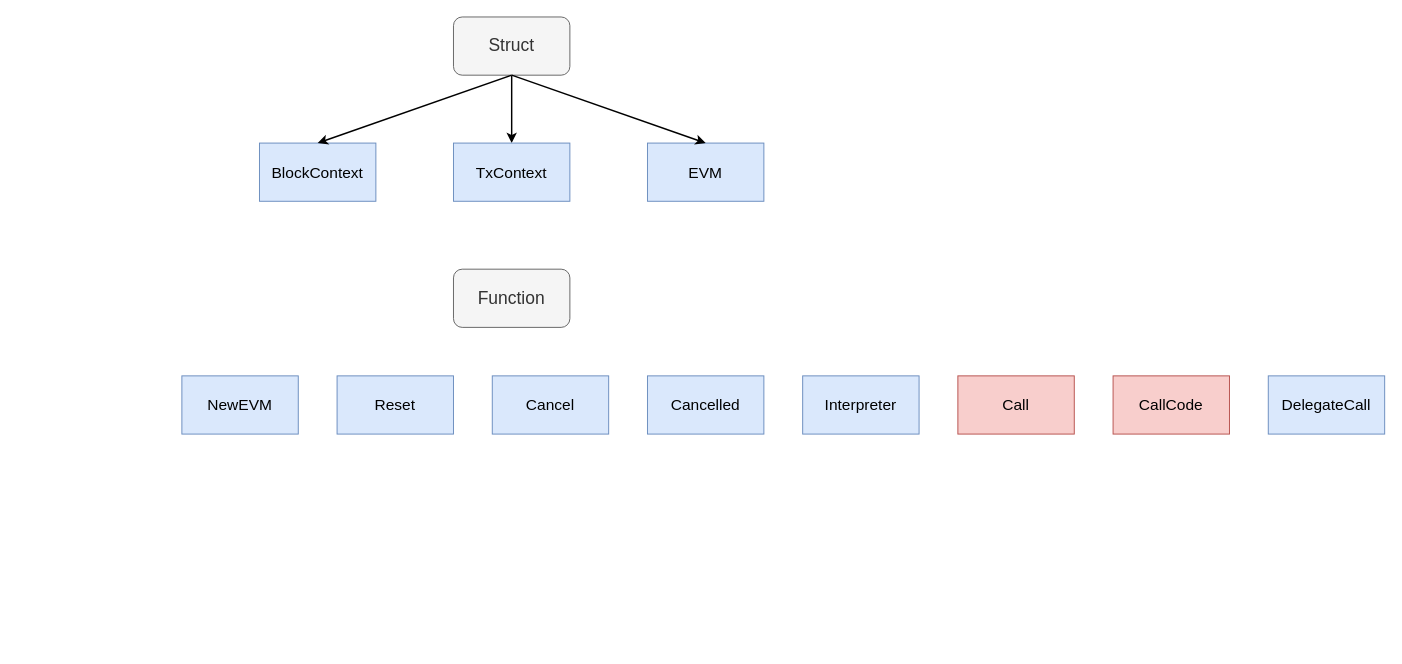
Above: evm/EVM.go archi.drawio in 0xyicheng/a-research-diagram (draw.io), before the change. Source tidied: cells renumbered, new cells numbered last; positions are measured from the earlier drawing's top-left corner, leaving out a move shared by most shapes. Both pictures are drawn from the tidied source at 97%, with x=0, y=0 at pixel (181, 16).
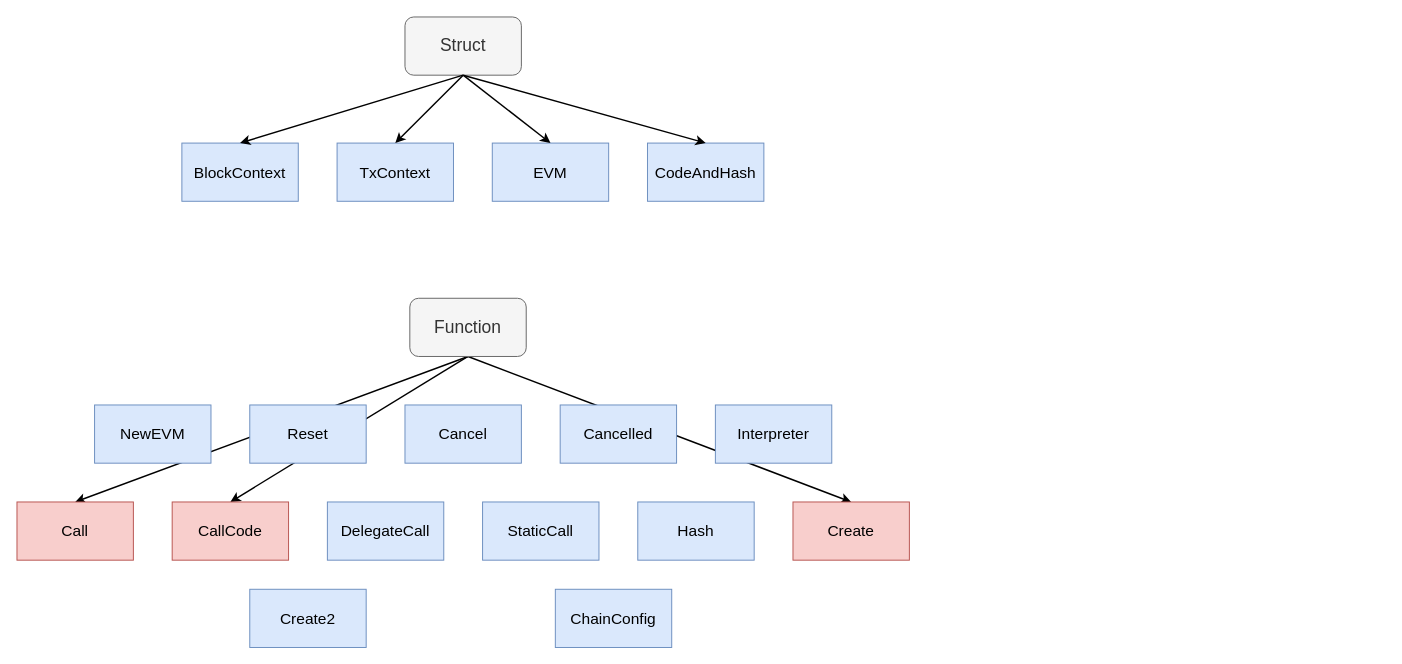
Above is the later version.

Diff of the diagram source:
```diff
@@
-    <mxCell id="2" style="edgeStyle=orthogonalEdgeStyle;rounded=0;jettySize=auto;html=1;fontSize=16;strokeWidth=1.5;" parent="1" edge="1" source="3" target="5">
-      <mxGeometry relative="1" as="geometry" />
-    </mxCell>
+    <mxCell id="18" style="endArrow=classic;html=1;rounded=0;fontSize=16;strokeWidth=1.5;exitX=0.5;exitY=1;exitDx=0;exitDy=0;entryX=0.5;entryY=0;entryDx=0;entryDy=0;" parent="1" edge="1" source="9" target="26">
+      <mxGeometry relative="1" as="geometry" />
+    </mxCell>
+    <mxCell id="19" style="endArrow=classic;html=1;rounded=0;fontSize=16;strokeWidth=1.5;exitX=0.5;exitY=1;exitDx=0;exitDy=0;entryX=0.5;entryY=0;entryDx=0;entryDy=0;" parent="1" edge="1" source="9" target="16">
+      <mxGeometry relative="1" as="geometry" />
+    </mxCell>
+    <mxCell id="20" style="endArrow=classic;html=1;rounded=0;fontSize=16;strokeWidth=1.5;exitX=0.5;exitY=1;exitDx=0;exitDy=0;entryX=0.5;entryY=0;entryDx=0;entryDy=0;" parent="1" edge="1" source="9" target="15">
+      <mxGeometry relative="1" as="geometry" />
+    </mxCell>
     <mxCell id="3" value="&lt;font style=&quot;font-size: 18px;&quot;&gt;Struct&lt;/font&gt;" style="rounded=1;whiteSpace=wrap;html=1;fillColor=#f5f5f5;fontColor=#333333;strokeColor=#666666;" parent="1" vertex="1">
-      <mxGeometry x="280" width="120" height="60" as="geometry" />
+      <mxGeometry x="230" width="120" height="60" as="geometry" />
     </mxCell>
     <mxCell id="4" value="&lt;font style=&quot;font-size: 16px;&quot;&gt;BlockContext&lt;/font&gt;" style="rounded=0;whiteSpace=wrap;html=1;fontSize=18;fillColor=#dae8fc;strokeColor=#6c8ebf;" parent="1" vertex="1">
-      <mxGeometry x="80" y="130" width="120" height="60" as="geometry" />
+      <mxGeometry y="130" width="120" height="60" as="geometry" />
     </mxCell>
     <mxCell id="5" value="&lt;font style=&quot;font-size: 16px;&quot;&gt;TxContext&lt;/font&gt;" style="rounded=0;whiteSpace=wrap;html=1;fontSize=18;fillColor=#dae8fc;strokeColor=#6c8ebf;" parent="1" vertex="1">
-      <mxGeometry x="280" y="130" width="120" height="60" as="geometry" />
+      <mxGeometry x="160" y="130" width="120" height="60" as="geometry" />
     </mxCell>
     <mxCell id="6" value="&lt;font style=&quot;font-size: 16px;&quot;&gt;EVM&lt;/font&gt;" style="rounded=0;whiteSpace=wrap;html=1;fontSize=18;fillColor=#dae8fc;strokeColor=#6c8ebf;" parent="1" vertex="1">
-      <mxGeometry x="480" y="130" width="120" height="60" as="geometry" />
+      <mxGeometry x="320" y="130" width="120" height="60" as="geometry" />
     </mxCell>
@@
-    <mxCell id="8" style="endArrow=classic;html=1;rounded=0;fontSize=16;strokeWidth=1.5;entryX=0.5;entryY=0;entryDx=0;entryDy=0;" parent="1" edge="1" target="6">
-      <mxGeometry relative="1" as="geometry">
-        <mxPoint x="340" y="60" as="sourcePoint" />
-      </mxGeometry>
+    <mxCell id="8" style="endArrow=classic;html=1;rounded=0;fontSize=16;strokeWidth=1.5;entryX=0.5;entryY=0;entryDx=0;entryDy=0;exitX=0.5;exitY=1;exitDx=0;exitDy=0;" parent="1" edge="1" source="3" target="6">
+      <mxGeometry relative="1" as="geometry" />
     </mxCell>
     <mxCell id="9" value="&lt;font style=&quot;font-size: 18px;&quot;&gt;Function&lt;/font&gt;" style="rounded=1;whiteSpace=wrap;html=1;fillColor=#f5f5f5;fontColor=#333333;strokeColor=#666666;" parent="1" vertex="1">
-      <mxGeometry x="280" y="260" width="120" height="60" as="geometry" />
+      <mxGeometry x="235" y="290" width="120" height="60" as="geometry" />
     </mxCell>
     <mxCell id="10" value="&lt;font style=&quot;font-size: 16px;&quot;&gt;NewEVM&lt;/font&gt;" style="rounded=0;whiteSpace=wrap;html=1;fontSize=18;fillColor=#dae8fc;strokeColor=#6c8ebf;" parent="1" vertex="1">
-      <mxGeometry y="370" width="120" height="60" as="geometry" />
+      <mxGeometry x="-90" y="400" width="120" height="60" as="geometry" />
     </mxCell>
     <mxCell id="11" value="&lt;span style=&quot;font-size: 16px;&quot;&gt;Reset&lt;/span&gt;" style="rounded=0;whiteSpace=wrap;html=1;fontSize=18;fillColor=#dae8fc;strokeColor=#6c8ebf;" parent="1" vertex="1">
-      <mxGeometry x="160" y="370" width="120" height="60" as="geometry" />
+      <mxGeometry x="70" y="400" width="120" height="60" as="geometry" />
     </mxCell>
     <mxCell id="12" value="&lt;span style=&quot;font-size: 16px;&quot;&gt;Cancel&lt;/span&gt;" style="rounded=0;whiteSpace=wrap;html=1;fontSize=18;fillColor=#dae8fc;strokeColor=#6c8ebf;" parent="1" vertex="1">
-      <mxGeometry x="320" y="370" width="120" height="60" as="geometry" />
+      <mxGeometry x="230" y="400" width="120" height="60" as="geometry" />
     </mxCell>
     <mxCell id="13" value="&lt;span style=&quot;font-size: 16px;&quot;&gt;Cancelled&lt;/span&gt;" style="rounded=0;whiteSpace=wrap;html=1;fontSize=18;fillColor=#dae8fc;strokeColor=#6c8ebf;" parent="1" vertex="1">
-      <mxGeometry x="480" y="370" width="120" height="60" as="geometry" />
+      <mxGeometry x="390" y="400" width="120" height="60" as="geometry" />
     </mxCell>
     <mxCell id="14" value="&lt;span style=&quot;font-size: 16px;&quot;&gt;Interpreter&lt;/span&gt;" style="rounded=0;whiteSpace=wrap;html=1;fontSize=18;fillColor=#dae8fc;strokeColor=#6c8ebf;" parent="1" vertex="1">
-      <mxGeometry x="640" y="370" width="120" height="60" as="geometry" />
+      <mxGeometry x="550" y="400" width="120" height="60" as="geometry" />
     </mxCell>
     <mxCell id="15" value="&lt;span style=&quot;font-size: 16px;&quot;&gt;Call&lt;/span&gt;" style="rounded=0;whiteSpace=wrap;html=1;fontSize=18;fillColor=#f8cecc;strokeColor=#b85450;" parent="1" vertex="1">
-      <mxGeometry x="800" y="370" width="120" height="60" as="geometry" />
+      <mxGeometry x="-170" y="500" width="120" height="60" as="geometry" />
     </mxCell>
     <mxCell id="16" value="&lt;span style=&quot;font-size: 16px;&quot;&gt;CallCode&lt;/span&gt;" style="rounded=0;whiteSpace=wrap;html=1;fontSize=18;fillColor=#f8cecc;strokeColor=#b85450;" parent="1" vertex="1">
-      <mxGeometry x="960" y="370" width="120" height="60" as="geometry" />
+      <mxGeometry x="-10" y="500" width="120" height="60" as="geometry" />
     </mxCell>
     <mxCell id="17" value="&lt;span style=&quot;font-size: 16px;&quot;&gt;DelegateCall&lt;/span&gt;" style="rounded=0;whiteSpace=wrap;html=1;fontSize=18;fillColor=#dae8fc;strokeColor=#6c8ebf;" parent="1" vertex="1">
-      <mxGeometry x="1120" y="370" width="120" height="60" as="geometry" />
+      <mxGeometry x="150" y="500" width="120" height="60" as="geometry" />
     </mxCell>
+    <mxCell id="21" value="&lt;span style=&quot;font-size: 16px;&quot;&gt;StaticCall&lt;/span&gt;" style="rounded=0;whiteSpace=wrap;html=1;fontSize=18;fillColor=#dae8fc;strokeColor=#6c8ebf;" parent="1" vertex="1">
+      <mxGeometry x="310" y="500" width="120" height="60" as="geometry" />
+    </mxCell>
+    <mxCell id="22" value="&lt;span style=&quot;font-size: 16px;&quot;&gt;CodeAndHash&lt;/span&gt;" style="rounded=0;whiteSpace=wrap;html=1;fontSize=18;fillColor=#dae8fc;strokeColor=#6c8ebf;" parent="1" vertex="1">
+      <mxGeometry x="480" y="130" width="120" height="60" as="geometry" />
+    </mxCell>
+    <mxCell id="23" style="endArrow=classic;html=1;rounded=0;fontSize=16;strokeWidth=1.5;entryX=0.5;entryY=0;entryDx=0;entryDy=0;exitX=0.5;exitY=1;exitDx=0;exitDy=0;" parent="1" edge="1" source="3" target="22">
+      <mxGeometry relative="1" as="geometry" />
+    </mxCell>
+    <mxCell id="24" style="endArrow=classic;html=1;rounded=0;fontSize=16;strokeWidth=1.5;entryX=0.5;entryY=0;entryDx=0;entryDy=0;" parent="1" edge="1" target="5">
+      <mxGeometry relative="1" as="geometry">
+        <mxPoint x="290" y="60" as="sourcePoint" />
+      </mxGeometry>
+    </mxCell>
+    <mxCell id="25" value="&lt;span style=&quot;font-size: 16px;&quot;&gt;Hash&lt;/span&gt;" style="rounded=0;whiteSpace=wrap;html=1;fontSize=18;fillColor=#dae8fc;strokeColor=#6c8ebf;" parent="1" vertex="1">
+      <mxGeometry x="470" y="500" width="120" height="60" as="geometry" />
+    </mxCell>
+    <mxCell id="26" value="&lt;span style=&quot;font-size: 16px;&quot;&gt;Create&lt;/span&gt;" style="rounded=0;whiteSpace=wrap;html=1;fontSize=18;fillColor=#f8cecc;strokeColor=#b85450;" parent="1" vertex="1">
+      <mxGeometry x="630" y="500" width="120" height="60" as="geometry" />
+    </mxCell>
+    <mxCell id="27" value="&lt;span style=&quot;font-size: 16px;&quot;&gt;Create2&lt;/span&gt;" style="rounded=0;whiteSpace=wrap;html=1;fontSize=18;fillColor=#dae8fc;strokeColor=#6c8ebf;" parent="1" vertex="1">
+      <mxGeometry x="70" y="590" width="120" height="60" as="geometry" />
+    </mxCell>
+    <mxCell id="28" value="&lt;span style=&quot;font-size: 16px;&quot;&gt;ChainConfig&lt;/span&gt;" style="rounded=0;whiteSpace=wrap;html=1;fontSize=18;fillColor=#dae8fc;strokeColor=#6c8ebf;" parent="1" vertex="1">
+      <mxGeometry x="385" y="590" width="120" height="60" as="geometry" />
+    </mxCell>
```
